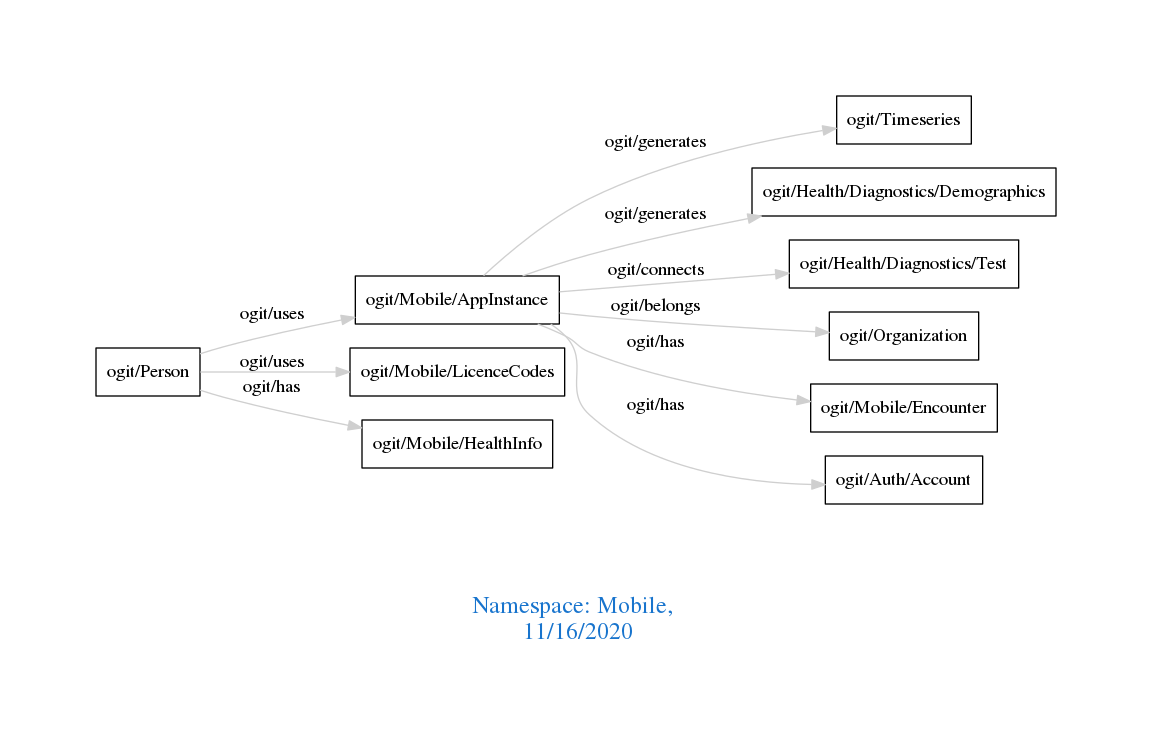
Above: downloads/Mobile.png in arago/OGIT (Graphviz), before the change. Its source is kept beside it as downloads/Mobile.dot.
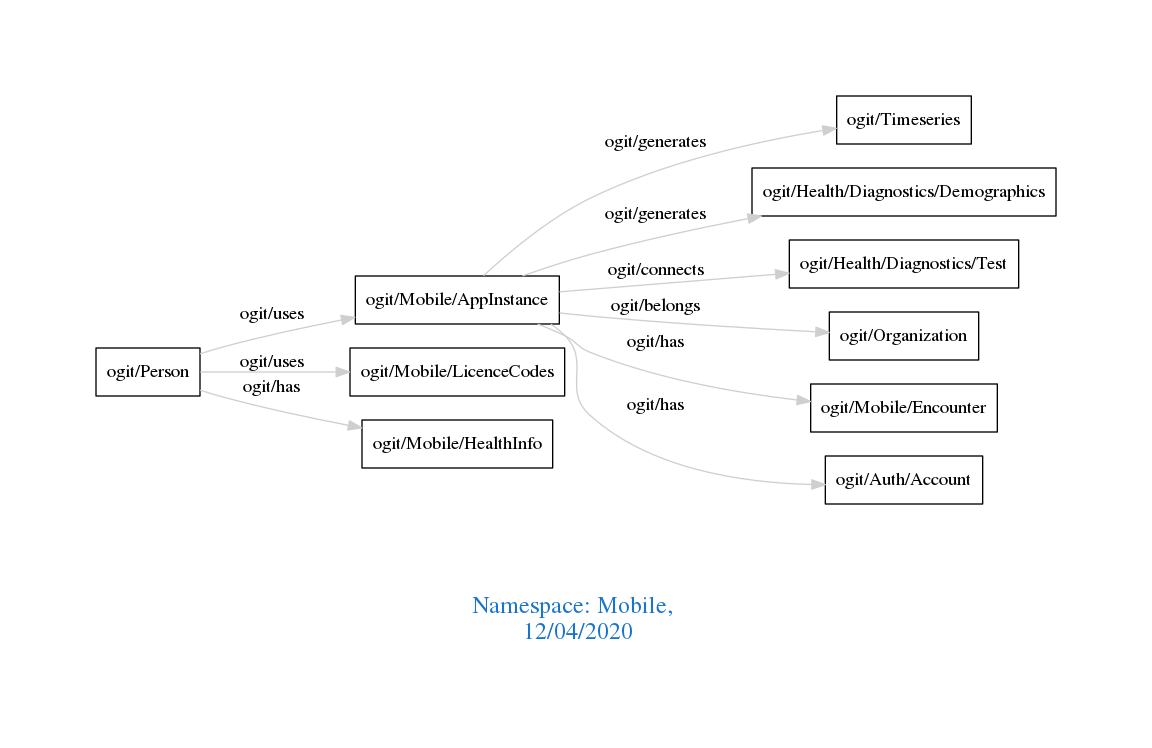
Above is the later version.

What changed in the source:
```diff
@@ -1,7 +1,7 @@
 digraph OGIT_ontology {
  graph [ rankdir= LR,pad=1
 fontsize = 18,
-fontcolor= dodgerblue3,label = "\n\n\nNamespace: Mobile, \n 11/16/2020"];
+fontcolor= dodgerblue3,label = "\n\n\nNamespace: Mobile, \n 12/04/2020"];
 node[shape=polygon];
 edge [  color="gray81"];
 
```
